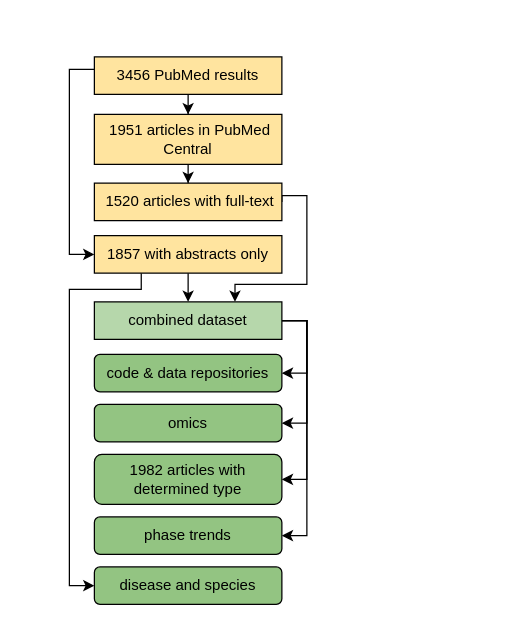
Earlier version of the draw.io diagram flowchart.dio (krassowski/multi-omics-state-of-the-field). Source tidied: cells renumbered, new cells numbered last; positions are measured from the earlier drawing's top-left corner, leaving out a move shared by most shapes. Both pictures are drawn from the tidied source at 125%, with x=0, y=0 at pixel (69, 56).
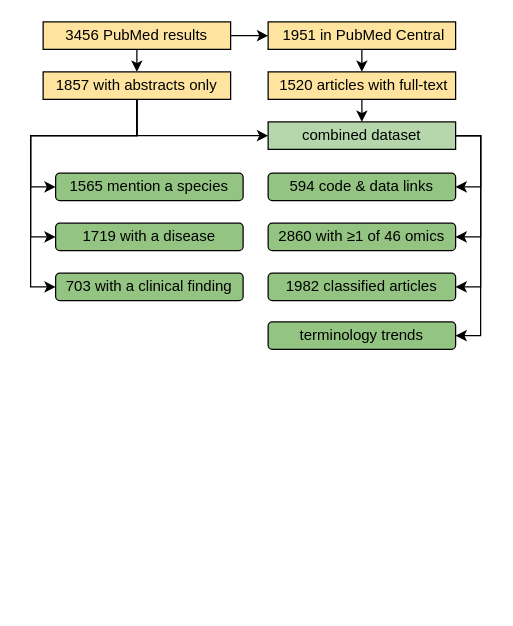
The same diagram, later.

Commit message (it also covers changes not shown here):
Update layout, split disease/clinical finding, explain omics

Diff of the diagram source:
```diff
@@
+    <mxCell id="3" style="edgeStyle=orthogonalEdgeStyle;rounded=0;html=1;exitX=0.5;exitY=1;entryX=0.5;entryY=0;jettySize=auto;" parent="1" edge="1" source="4" target="7">
+      <mxGeometry relative="1" as="geometry" />
+    </mxCell>
-    <mxCell id="2" style="edgeStyle=orthogonalEdgeStyle;rounded=0;html=1;jettySize=auto;" parent="1" edge="1" source="4" target="10">
-      <mxGeometry relative="1" as="geometry" />
+    <mxCell id="2" style="edgeStyle=orthogonalEdgeStyle;rounded=0;html=1;exitX=0.5;exitY=1;entryX=0;entryY=0.5;jettySize=auto;" parent="1" edge="1" source="4" target="10">
+      <mxGeometry relative="1" as="geometry">
+        <Array as="points">
+          <mxPoint x="54" y="-17" />
+        </Array>
+      </mxGeometry>
     </mxCell>
-    <mxCell id="3" style="edgeStyle=orthogonalEdgeStyle;rounded=0;html=1;jettySize=auto;" parent="1" edge="1" source="4" target="7">
-      <mxGeometry relative="1" as="geometry">
-        <Array as="points">
-          <mxPoint y="10" />
-          <mxPoint y="158" />
-        </Array>
-      </mxGeometry>
-    </mxCell>
     <mxCell id="4" value="3456 PubMed results" style="rounded=0;whiteSpace=wrap;html=1;fillColor=#ffe49f;" parent="1" vertex="1">
-      <mxGeometry x="20" width="150" height="30" as="geometry" />
+      <mxGeometry x="-21" y="-28" width="150" height="22" as="geometry" />
     </mxCell>
-    <mxCell id="5" style="edgeStyle=orthogonalEdgeStyle;rounded=0;html=1;exitX=0.5;exitY=1;entryX=0.5;entryY=0;jettySize=auto;" parent="1" edge="1" source="7" target="17">
+    <mxCell id="5" style="edgeStyle=orthogonalEdgeStyle;rounded=0;html=1;entryX=0;entryY=0.5;jettySize=auto;" parent="1" edge="1" source="7" target="17">
       <mxGeometry relative="1" as="geometry">
         <Array as="points">
-          <mxPoint x="95" y="191" />
-          <mxPoint x="95" y="191" />
+          <mxPoint x="54" y="63" />
         </Array>
       </mxGeometry>
     </mxCell>
-    <mxCell id="6" style="edgeStyle=orthogonalEdgeStyle;rounded=0;html=1;exitX=0.25;exitY=1;entryX=0;entryY=0.5;jettySize=auto;" parent="1" edge="1" source="7" target="8">
+    <mxCell id="6" style="edgeStyle=orthogonalEdgeStyle;rounded=0;html=1;exitX=0.5;exitY=1;entryX=0;entryY=0.5;jettySize=auto;" parent="1" edge="1" source="7" target="8">
       <mxGeometry relative="1" as="geometry">
         <Array as="points">
-          <mxPoint x="58" y="186" />
-          <mxPoint y="186" />
-          <mxPoint y="423" />
+          <mxPoint x="54" y="63" />
+          <mxPoint x="-31" y="63" />
+          <mxPoint x="-31" y="104" />
         </Array>
       </mxGeometry>
     </mxCell>
+    <mxCell id="22" style="edgeStyle=orthogonalEdgeStyle;rounded=0;html=1;exitX=0.5;exitY=1;entryX=0;entryY=0.5;jettySize=auto;" parent="1" edge="1" source="7" target="24">
+      <mxGeometry relative="1" as="geometry">
+        <Array as="points">
+          <mxPoint x="54" y="63" />
+          <mxPoint x="-31" y="63" />
+          <mxPoint x="-31" y="144" />
+        </Array>
+      </mxGeometry>
+    </mxCell>
+    <mxCell id="23" style="edgeStyle=orthogonalEdgeStyle;rounded=0;html=1;exitX=0.5;exitY=1;entryX=0;entryY=0.5;jettySize=auto;" parent="1" edge="1" source="7" target="25">
+      <mxGeometry relative="1" as="geometry">
+        <Array as="points">
+          <mxPoint x="54" y="63" />
+          <mxPoint x="-31" y="63" />
+          <mxPoint x="-31" y="184" />
+        </Array>
+      </mxGeometry>
+    </mxCell>
     <mxCell id="7" value="&lt;div&gt;1857 with abstracts only&lt;/div&gt;" style="rounded=0;whiteSpace=wrap;html=1;fillColor=#ffe49f;" parent="1" vertex="1">
-      <mxGeometry x="20" y="143" width="150" height="30" as="geometry" />
+      <mxGeometry x="-21" y="12" width="150" height="22" as="geometry" />
     </mxCell>
-    <mxCell id="8" value="&lt;div&gt;disease and species&lt;/div&gt;" style="rounded=1;whiteSpace=wrap;html=1;fillColor=#93c482;" parent="1" vertex="1">
-      <mxGeometry x="20" y="408" width="150" height="30" as="geometry" />
+    <mxCell id="8" value="&lt;div&gt;1565 mention a species&lt;/div&gt;" style="rounded=1;whiteSpace=wrap;html=1;fillColor=#93c482;" parent="1" vertex="1">
+      <mxGeometry x="-11" y="93" width="150" height="22" as="geometry" />
     </mxCell>
-    <mxCell id="9" style="edgeStyle=orthogonalEdgeStyle;rounded=0;html=1;jettySize=auto;" parent="1" edge="1" source="10" target="12">
+    <mxCell id="9" style="edgeStyle=orthogonalEdgeStyle;rounded=0;html=1;exitX=0.5;exitY=1;entryX=0.5;entryY=0;jettySize=auto;" parent="1" edge="1" source="10" target="12">
       <mxGeometry relative="1" as="geometry" />
     </mxCell>
-    <mxCell id="10" value="&lt;div&gt;&amp;nbsp;1951 articles in PubMed Central&lt;/div&gt;" style="rounded=0;whiteSpace=wrap;html=1;fillColor=#ffe49f;" parent="1" vertex="1">
-      <mxGeometry x="20" y="46" width="150" height="40" as="geometry" />
+    <mxCell id="10" value="&lt;div&gt;&amp;nbsp;1951 in PubMed Central&lt;/div&gt;" style="rounded=0;whiteSpace=wrap;html=1;fillColor=#ffe49f;" parent="1" vertex="1">
+      <mxGeometry x="159" y="-28" width="150" height="22" as="geometry" />
     </mxCell>
-    <mxCell id="11" style="edgeStyle=orthogonalEdgeStyle;rounded=0;html=1;jettySize=auto;entryX=0.75;entryY=0;exitX=1;exitY=0.5;" parent="1" edge="1" source="12" target="17">
-      <mxGeometry relative="1" as="geometry">
-        <Array as="points">
-          <mxPoint x="170" y="111" />
-          <mxPoint x="190" y="111" />
-          <mxPoint x="190" y="182" />
-          <mxPoint x="133" y="182" />
-        </Array>
-      </mxGeometry>
+    <mxCell id="11" style="edgeStyle=orthogonalEdgeStyle;rounded=0;html=1;exitX=0.5;exitY=1;entryX=0.5;entryY=0;jettySize=auto;" parent="1" edge="1" source="12" target="17">
+      <mxGeometry relative="1" as="geometry" />
     </mxCell>
     <mxCell id="12" value="&lt;div&gt;&amp;nbsp;1520 articles with full-text&lt;/div&gt;" style="rounded=0;whiteSpace=wrap;html=1;fillColor=#ffe49f;" parent="1" vertex="1">
-      <mxGeometry x="20" y="101" width="150" height="30" as="geometry" />
+      <mxGeometry x="159" y="12" width="150" height="22" as="geometry" />
     </mxCell>
@@
     <mxCell id="17" value="&lt;div&gt;combined dataset&lt;/div&gt;" style="rounded=0;whiteSpace=wrap;html=1;fillColor=#b6d7ab;" parent="1" vertex="1">
-      <mxGeometry x="20" y="196" width="150" height="30" as="geometry" />
+      <mxGeometry x="159" y="52" width="150" height="22" as="geometry" />
     </mxCell>
-    <mxCell id="18" value="&lt;div&gt;1982 articles with determined type&lt;/div&gt;" style="rounded=1;whiteSpace=wrap;html=1;fillColor=#93c482;" parent="1" vertex="1">
-      <mxGeometry x="20" y="318" width="150" height="40" as="geometry" />
+    <mxCell id="18" value="&lt;div&gt;1982 classified&amp;nbsp;&lt;span&gt;articles&lt;/span&gt;&lt;/div&gt;" style="rounded=1;whiteSpace=wrap;html=1;fillColor=#93c482;" parent="1" vertex="1">
+      <mxGeometry x="159" y="173" width="150" height="22" as="geometry" />
     </mxCell>
-    <mxCell id="19" value="&lt;div&gt;code &amp;amp; data repositories&lt;/div&gt;" style="rounded=1;whiteSpace=wrap;html=1;fillColor=#93c482;" parent="1" vertex="1">
-      <mxGeometry x="20" y="238" width="150" height="30" as="geometry" />
+    <mxCell id="19" value="&lt;div&gt;594 code &amp;amp; data links&lt;/div&gt;" style="rounded=1;whiteSpace=wrap;html=1;fillColor=#93c482;" parent="1" vertex="1">
+      <mxGeometry x="159" y="93" width="150" height="22" as="geometry" />
     </mxCell>
-    <mxCell id="20" value="&lt;div&gt;omics&lt;/div&gt;" style="rounded=1;whiteSpace=wrap;html=1;fillColor=#93c482;" parent="1" vertex="1">
-      <mxGeometry x="20" y="278" width="150" height="30" as="geometry" />
+    <mxCell id="20" value="&lt;div&gt;&lt;span&gt;2860 with&amp;nbsp;&lt;/span&gt;&lt;span&gt;≥&lt;/span&gt;&lt;span&gt;1 of&amp;nbsp;&lt;/span&gt;&lt;span&gt;46 omics&lt;/span&gt;&lt;/div&gt;" style="rounded=1;whiteSpace=wrap;html=1;fillColor=#93c482;" parent="1" vertex="1">
+      <mxGeometry x="159" y="133" width="150" height="22" as="geometry" />
     </mxCell>
-    <mxCell id="21" value="&lt;div&gt;phase trends&lt;/div&gt;" style="rounded=1;whiteSpace=wrap;html=1;fillColor=#93c482;" parent="1" vertex="1">
-      <mxGeometry x="20" y="368" width="150" height="30" as="geometry" />
+    <mxCell id="21" value="&lt;div&gt;terminology trends&lt;/div&gt;" style="rounded=1;whiteSpace=wrap;html=1;fillColor=#93c482;" parent="1" vertex="1">
+      <mxGeometry x="159" y="212" width="150" height="22" as="geometry" />
     </mxCell>
+    <mxCell id="24" value="&lt;div&gt;1719 with a disease&lt;/div&gt;" style="rounded=1;whiteSpace=wrap;html=1;fillColor=#93c482;" parent="1" vertex="1">
+      <mxGeometry x="-11" y="133" width="150" height="22" as="geometry" />
+    </mxCell>
+    <mxCell id="25" value="&lt;div&gt;703 with a clinical finding&lt;/div&gt;" style="rounded=1;whiteSpace=wrap;html=1;fillColor=#93c482;" parent="1" vertex="1">
+      <mxGeometry x="-11" y="173" width="150" height="22" as="geometry" />
+    </mxCell>
```
